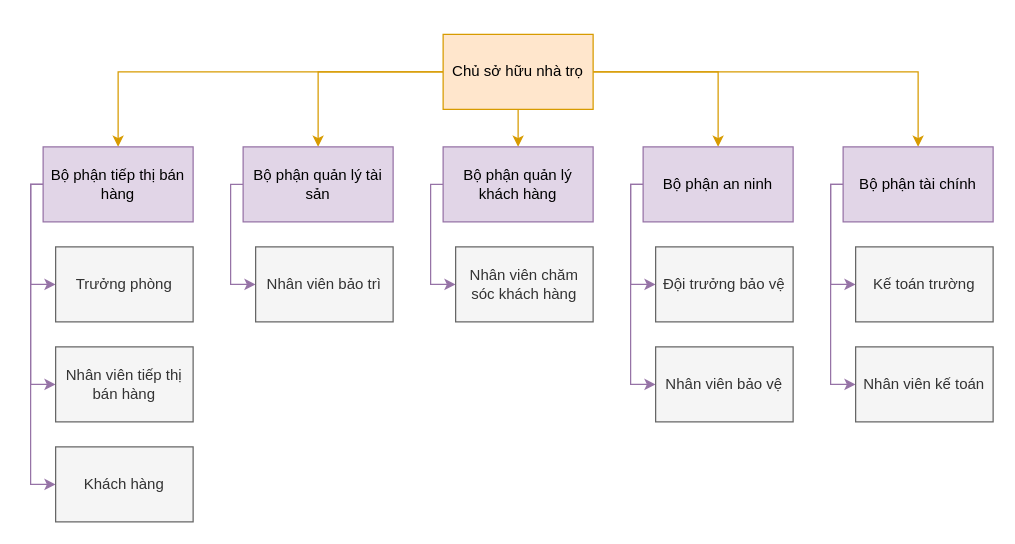
The draw.io diagram Phân tích thiết kế hệ thống/Tuan3/SoDoToChuc.drawio in Nguyeniris123/DH22IT01OU, before the edit. Source tidied: cells renumbered, new cells numbered last; positions are measured from the earlier drawing's top-left corner, leaving out a move shared by most shapes. Both pictures are drawn from the tidied source at 125%, with x=0, y=0 at pixel (30, 34).
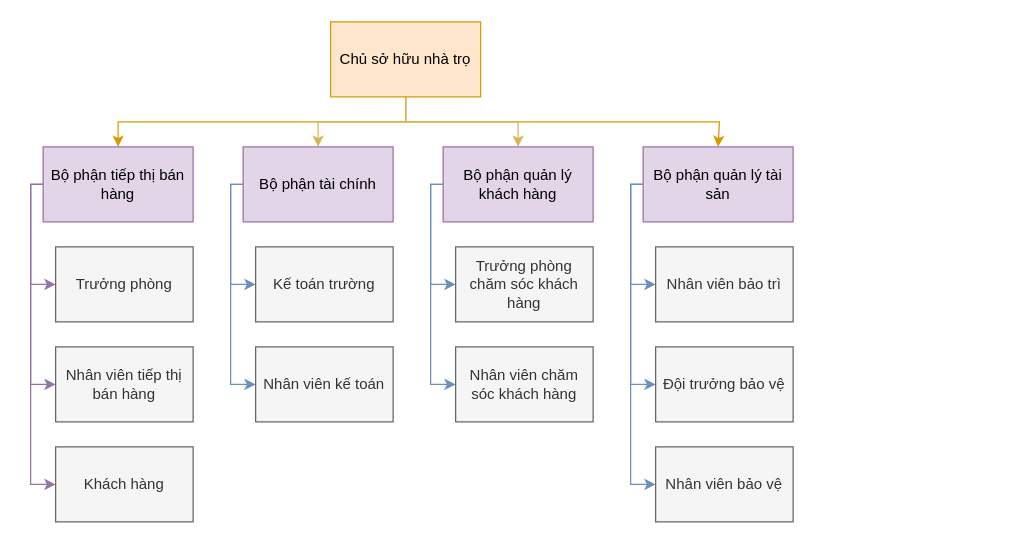
The same diagram, later.

The change refers to these unchanged cells:
```xml
<mxCell id="12" value="Bộ phận quản lý khách hàng" style="rounded=0;whiteSpace=wrap;html=1;fillColor=#e1d5e7;strokeColor=#9673a6;" parent="1" vertex="1">
  <mxGeometry x="330" y="90" width="120" height="60" as="geometry" />
</mxCell>
<mxCell id="26" value="&lt;span style=&quot;text-align: left;&quot;&gt;Bộ phận tiếp thị bán hàng&lt;/span&gt;" style="rounded=0;whiteSpace=wrap;html=1;fillColor=#e1d5e7;strokeColor=#9673a6;" parent="1" vertex="1">
  <mxGeometry x="10" y="90" width="120" height="60" as="geometry" />
</mxCell>
```

The edit, as a diff of the source:
```diff
@@
-    <mxCell id="2" style="edgeStyle=orthogonalEdgeStyle;rounded=0;jettySize=auto;html=1;entryX=0.5;entryY=0;entryDx=0;entryDy=0;strokeWidth=1;fillColor=#ffe6cc;strokeColor=#d79b00;" parent="1" edge="1" source="7" target="9">
-      <mxGeometry relative="1" as="geometry" />
-    </mxCell>
+    <mxCell id="4" style="edgeStyle=orthogonalEdgeStyle;rounded=0;jettySize=auto;html=1;entryX=0.5;entryY=0;entryDx=0;entryDy=0;fillColor=#ffe6cc;strokeColor=#d79b00;" parent="1" edge="1" source="7">
+      <mxGeometry relative="1" as="geometry">
+        <mxPoint x="550" y="90" as="targetPoint" />
+        <Array as="points">
+          <mxPoint x="300" y="70" />
+          <mxPoint x="551" y="70" />
+        </Array>
+      </mxGeometry>
+    </mxCell>
+    <mxCell id="6" style="edgeStyle=orthogonalEdgeStyle;rounded=0;jettySize=auto;html=1;entryX=0.5;entryY=0;entryDx=0;entryDy=0;fillColor=#ffe6cc;strokeColor=#d79b00;" parent="1" edge="1" source="7" target="26">
+      <mxGeometry relative="1" as="geometry">
+        <Array as="points">
+          <mxPoint x="300" y="70" />
+          <mxPoint x="70" y="70" />
+        </Array>
+      </mxGeometry>
+    </mxCell>
+    <mxCell id="5" style="edgeStyle=orthogonalEdgeStyle;rounded=0;jettySize=auto;html=1;fillColor=#fff2cc;strokeColor=#d6b656;" parent="1" edge="1" source="7" target="20">
+      <mxGeometry relative="1" as="geometry">
+        <Array as="points">
+          <mxPoint x="300" y="70" />
+          <mxPoint x="230" y="70" />
+        </Array>
+      </mxGeometry>
+    </mxCell>
-    <mxCell id="3" style="edgeStyle=orthogonalEdgeStyle;rounded=0;jettySize=auto;html=1;fillColor=#ffe6cc;strokeColor=#d79b00;" parent="1" edge="1" source="7" target="12">
+    <mxCell id="3" style="edgeStyle=orthogonalEdgeStyle;rounded=0;jettySize=auto;html=1;entryX=0.5;entryY=0;entryDx=0;entryDy=0;fillColor=#fff2cc;strokeColor=#d6b656;" parent="1" edge="1" source="7" target="12">
       <mxGeometry relative="1" as="geometry" />
     </mxCell>
-    <mxCell id="4" style="edgeStyle=orthogonalEdgeStyle;rounded=0;jettySize=auto;html=1;entryX=0.5;entryY=0;entryDx=0;entryDy=0;fillColor=#ffe6cc;strokeColor=#d79b00;" parent="1" edge="1" source="7" target="16">
-      <mxGeometry relative="1" as="geometry" />
-    </mxCell>
-    <mxCell id="5" style="edgeStyle=orthogonalEdgeStyle;rounded=0;jettySize=auto;html=1;entryX=0.5;entryY=0;entryDx=0;entryDy=0;fillColor=#ffe6cc;strokeColor=#d79b00;" parent="1" edge="1" source="7" target="20">
-      <mxGeometry relative="1" as="geometry" />
-    </mxCell>
-    <mxCell id="6" style="edgeStyle=orthogonalEdgeStyle;rounded=0;jettySize=auto;html=1;entryX=0.5;entryY=0;entryDx=0;entryDy=0;fillColor=#ffe6cc;strokeColor=#d79b00;" parent="1" edge="1" source="7" target="26">
-      <mxGeometry relative="1" as="geometry" />
-    </mxCell>
     <mxCell id="7" value="Chủ sở hữu nhà trọ" style="rounded=0;whiteSpace=wrap;html=1;fillColor=#ffe6cc;strokeColor=#d79b00;" parent="1" vertex="1">
-      <mxGeometry x="330" width="120" height="60" as="geometry" />
+      <mxGeometry x="240" y="-10" width="120" height="60" as="geometry" />
     </mxCell>
-    <mxCell id="8" style="edgeStyle=orthogonalEdgeStyle;rounded=0;jettySize=auto;html=1;entryX=0;entryY=0.5;entryDx=0;entryDy=0;fillColor=#e1d5e7;strokeColor=#9673a6;" parent="1" edge="1" source="9" target="10">
+    <mxCell id="8" style="edgeStyle=orthogonalEdgeStyle;rounded=0;jettySize=auto;html=1;entryX=0;entryY=0.5;entryDx=0;entryDy=0;fillColor=#dae8fc;strokeColor=#6c8ebf;" parent="1" edge="1" source="9" target="10">
       <mxGeometry relative="1" as="geometry">
         <Array as="points">
-          <mxPoint x="160" y="120" />
-          <mxPoint x="160" y="200" />
+          <mxPoint x="480" y="120" />
+          <mxPoint x="480" y="200" />
         </Array>
       </mxGeometry>
     </mxCell>
+    <mxCell id="31" style="edgeStyle=orthogonalEdgeStyle;rounded=0;jettySize=auto;html=1;entryX=0;entryY=0.5;entryDx=0;entryDy=0;fillColor=#dae8fc;strokeColor=#6c8ebf;" parent="1" edge="1" source="9" target="17">
+      <mxGeometry relative="1" as="geometry">
+        <Array as="points">
+          <mxPoint x="480" y="120" />
+          <mxPoint x="480" y="280" />
+        </Array>
+      </mxGeometry>
+    </mxCell>
+    <mxCell id="32" style="edgeStyle=orthogonalEdgeStyle;rounded=0;jettySize=auto;html=1;entryX=0;entryY=0.5;entryDx=0;entryDy=0;fillColor=#dae8fc;strokeColor=#6c8ebf;" parent="1" edge="1" source="9" target="30">
+      <mxGeometry relative="1" as="geometry">
+        <Array as="points">
+          <mxPoint x="480" y="120" />
+          <mxPoint x="480" y="360" />
+        </Array>
+      </mxGeometry>
+    </mxCell>
     <mxCell id="9" value="Bộ phận quản lý tài sản" style="rounded=0;whiteSpace=wrap;html=1;fillColor=#e1d5e7;strokeColor=#9673a6;" parent="1" vertex="1">
-      <mxGeometry x="170" y="90" width="120" height="60" as="geometry" />
+      <mxGeometry x="490" y="90" width="120" height="60" as="geometry" />
     </mxCell>
     <mxCell id="10" value="Nhân viên bảo trì" style="rounded=0;whiteSpace=wrap;html=1;fillColor=#f5f5f5;fontColor=#333333;strokeColor=#666666;" parent="1" vertex="1">
-      <mxGeometry x="180" y="170" width="110" height="60" as="geometry" />
+      <mxGeometry x="500" y="170" width="110" height="60" as="geometry" />
     </mxCell>
+    <mxCell id="33" style="edgeStyle=orthogonalEdgeStyle;rounded=0;jettySize=auto;html=1;entryX=0;entryY=0.5;entryDx=0;entryDy=0;fillColor=#dae8fc;strokeColor=#6c8ebf;" parent="1" edge="1" source="12" target="34">
+      <mxGeometry relative="1" as="geometry">
+        <Array as="points">
+          <mxPoint x="320" y="120" />
+          <mxPoint x="320" y="200" />
+        </Array>
+      </mxGeometry>
+    </mxCell>
-    <mxCell id="11" style="edgeStyle=orthogonalEdgeStyle;rounded=0;jettySize=auto;html=1;fillColor=#e1d5e7;strokeColor=#9673a6;" parent="1" edge="1" source="12" target="13">
+    <mxCell id="11" style="edgeStyle=orthogonalEdgeStyle;rounded=0;jettySize=auto;html=1;entryX=0;entryY=0.5;entryDx=0;entryDy=0;fillColor=#dae8fc;strokeColor=#6c8ebf;" parent="1" edge="1" source="12" target="13">
       <mxGeometry relative="1" as="geometry">
         <Array as="points">
           <mxPoint x="320" y="120" />
-          <mxPoint x="320" y="200" />
+          <mxPoint x="320" y="280" />
         </Array>
       </mxGeometry>
     </mxCell>
@@
     <mxCell id="13" value="Nhân viên chăm sóc khách hàng" style="rounded=0;whiteSpace=wrap;html=1;fillColor=#f5f5f5;fontColor=#333333;strokeColor=#666666;" parent="1" vertex="1">
-      <mxGeometry x="340" y="170" width="110" height="60" as="geometry" />
+      <mxGeometry x="340" y="250" width="110" height="60" as="geometry" />
     </mxCell>
-    <mxCell id="14" style="edgeStyle=orthogonalEdgeStyle;rounded=0;jettySize=auto;html=1;entryX=0;entryY=0.5;entryDx=0;entryDy=0;fillColor=#e1d5e7;strokeColor=#9673a6;" parent="1" edge="1" source="16" target="17">
-      <mxGeometry relative="1" as="geometry">
-        <Array as="points">
-          <mxPoint x="480" y="120" />
-          <mxPoint x="480" y="200" />
-        </Array>
-      </mxGeometry>
-    </mxCell>
-    <mxCell id="15" style="edgeStyle=orthogonalEdgeStyle;rounded=0;jettySize=auto;html=1;fillColor=#e1d5e7;strokeColor=#9673a6;" parent="1" edge="1" source="16" target="30">
-      <mxGeometry relative="1" as="geometry">
-        <Array as="points">
-          <mxPoint x="480" y="120" />
-          <mxPoint x="480" y="280" />
-        </Array>
-      </mxGeometry>
-    </mxCell>
-    <mxCell id="16" value="Bộ phận an ninh" style="rounded=0;whiteSpace=wrap;html=1;fillColor=#e1d5e7;strokeColor=#9673a6;" parent="1" vertex="1">
-      <mxGeometry x="490" y="90" width="120" height="60" as="geometry" />
-    </mxCell>
     <mxCell id="17" value="Đội trưởng bảo vệ" style="rounded=0;whiteSpace=wrap;html=1;fillColor=#f5f5f5;fontColor=#333333;strokeColor=#666666;" parent="1" vertex="1">
-      <mxGeometry x="500" y="170" width="110" height="60" as="geometry" />
+      <mxGeometry x="500" y="250" width="110" height="60" as="geometry" />
     </mxCell>
-    <mxCell id="18" style="edgeStyle=orthogonalEdgeStyle;rounded=0;jettySize=auto;html=1;entryX=0;entryY=0.5;entryDx=0;entryDy=0;fillColor=#e1d5e7;strokeColor=#9673a6;" parent="1" edge="1" source="20" target="21">
+    <mxCell id="18" style="edgeStyle=orthogonalEdgeStyle;rounded=0;jettySize=auto;html=1;entryX=0;entryY=0.5;entryDx=0;entryDy=0;fillColor=#dae8fc;strokeColor=#6c8ebf;" parent="1" edge="1" source="20" target="21">
       <mxGeometry relative="1" as="geometry">
         <Array as="points">
-          <mxPoint x="640" y="120" />
-          <mxPoint x="640" y="200" />
+          <mxPoint x="160" y="120" />
+          <mxPoint x="160" y="200" />
         </Array>
       </mxGeometry>
     </mxCell>
-    <mxCell id="19" style="edgeStyle=orthogonalEdgeStyle;rounded=0;jettySize=auto;html=1;entryX=0;entryY=0.5;entryDx=0;entryDy=0;fillColor=#e1d5e7;strokeColor=#9673a6;" parent="1" edge="1" source="20" target="22">
+    <mxCell id="19" style="edgeStyle=orthogonalEdgeStyle;rounded=0;jettySize=auto;html=1;entryX=0;entryY=0.5;entryDx=0;entryDy=0;fillColor=#dae8fc;strokeColor=#6c8ebf;" parent="1" edge="1" source="20" target="22">
       <mxGeometry relative="1" as="geometry">
         <Array as="points">
-          <mxPoint x="640" y="120" />
-          <mxPoint x="640" y="280" />
+          <mxPoint x="160" y="120" />
+          <mxPoint x="160" y="280" />
         </Array>
       </mxGeometry>
     </mxCell>
     <mxCell id="20" value="Bộ phận tài chính" style="rounded=0;whiteSpace=wrap;html=1;fillColor=#e1d5e7;strokeColor=#9673a6;" parent="1" vertex="1">
-      <mxGeometry x="650" y="90" width="120" height="60" as="geometry" />
+      <mxGeometry x="170" y="90" width="120" height="60" as="geometry" />
     </mxCell>
     <mxCell id="21" value="Kế toán trường" style="rounded=0;whiteSpace=wrap;html=1;fillColor=#f5f5f5;fontColor=#333333;strokeColor=#666666;" parent="1" vertex="1">
-      <mxGeometry x="660" y="170" width="110" height="60" as="geometry" />
+      <mxGeometry x="180" y="170" width="110" height="60" as="geometry" />
     </mxCell>
     <mxCell id="22" value="Nhân viên kế toán" style="rounded=0;whiteSpace=wrap;html=1;fillColor=#f5f5f5;fontColor=#333333;strokeColor=#666666;" parent="1" vertex="1">
-      <mxGeometry x="660" y="250" width="110" height="60" as="geometry" />
+      <mxGeometry x="180" y="250" width="110" height="60" as="geometry" />
     </mxCell>
@@
     <mxCell id="30" value="Nhân viên bảo vệ" style="rounded=0;whiteSpace=wrap;html=1;fillColor=#f5f5f5;fontColor=#333333;strokeColor=#666666;" parent="1" vertex="1">
-      <mxGeometry x="500" y="250" width="110" height="60" as="geometry" />
+      <mxGeometry x="500" y="330" width="110" height="60" as="geometry" />
     </mxCell>
+    <mxCell id="34" value="Trưởng phòng chăm sóc khách hàng" style="rounded=0;whiteSpace=wrap;html=1;fillColor=#f5f5f5;fontColor=#333333;strokeColor=#666666;" parent="1" vertex="1">
+      <mxGeometry x="340" y="170" width="110" height="60" as="geometry" />
+    </mxCell>
```
